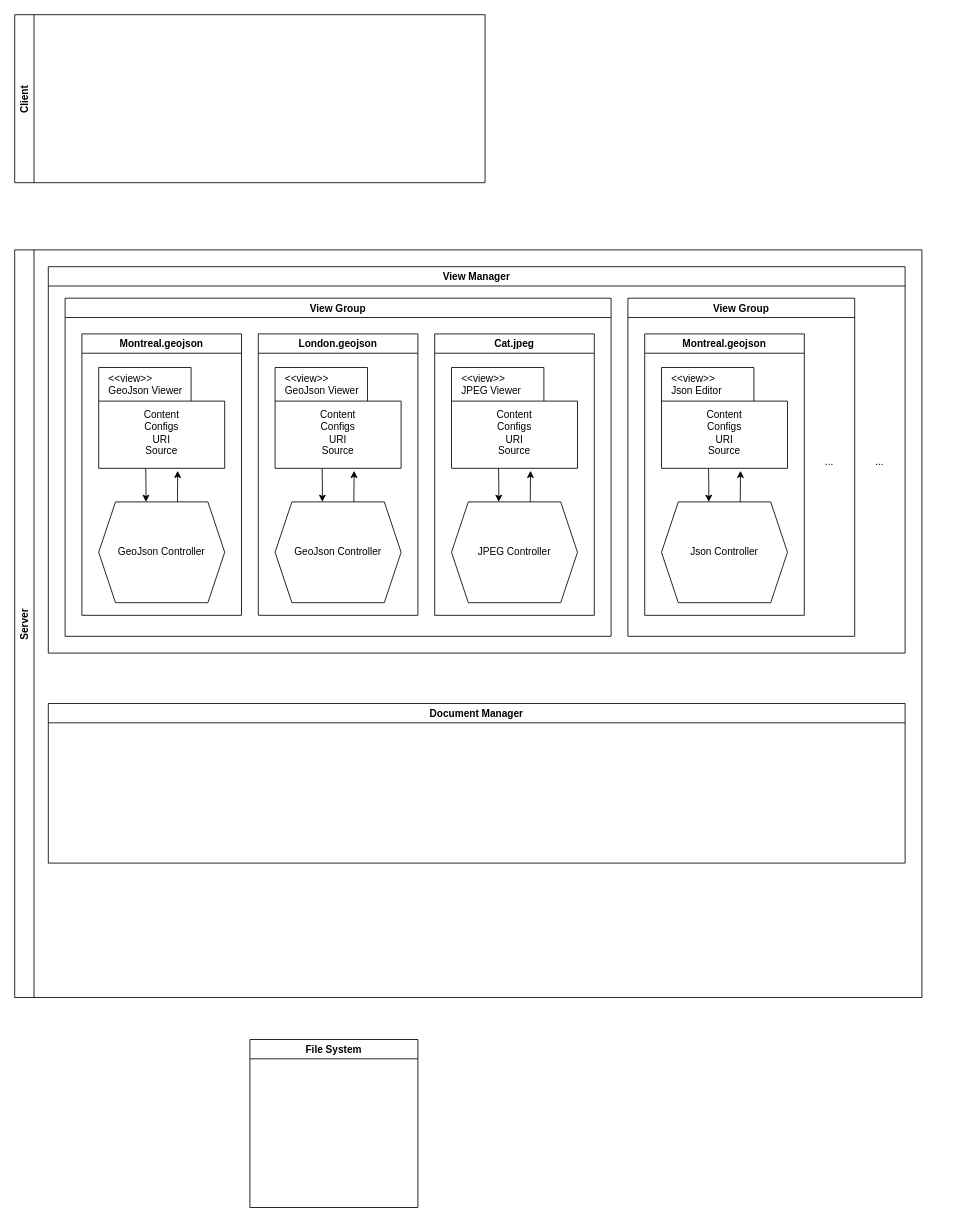
1amchris/ssanto keeps this draw.io diagram as views.drawio. Above is the earlier version. Source tidied: cells renumbered, new cells numbered last; positions are measured from the earlier drawing's top-left corner, leaving out a move shared by most shapes. Both pictures are drawn from the tidied source at 84%, with x=0, y=0 at pixel (14, 14).
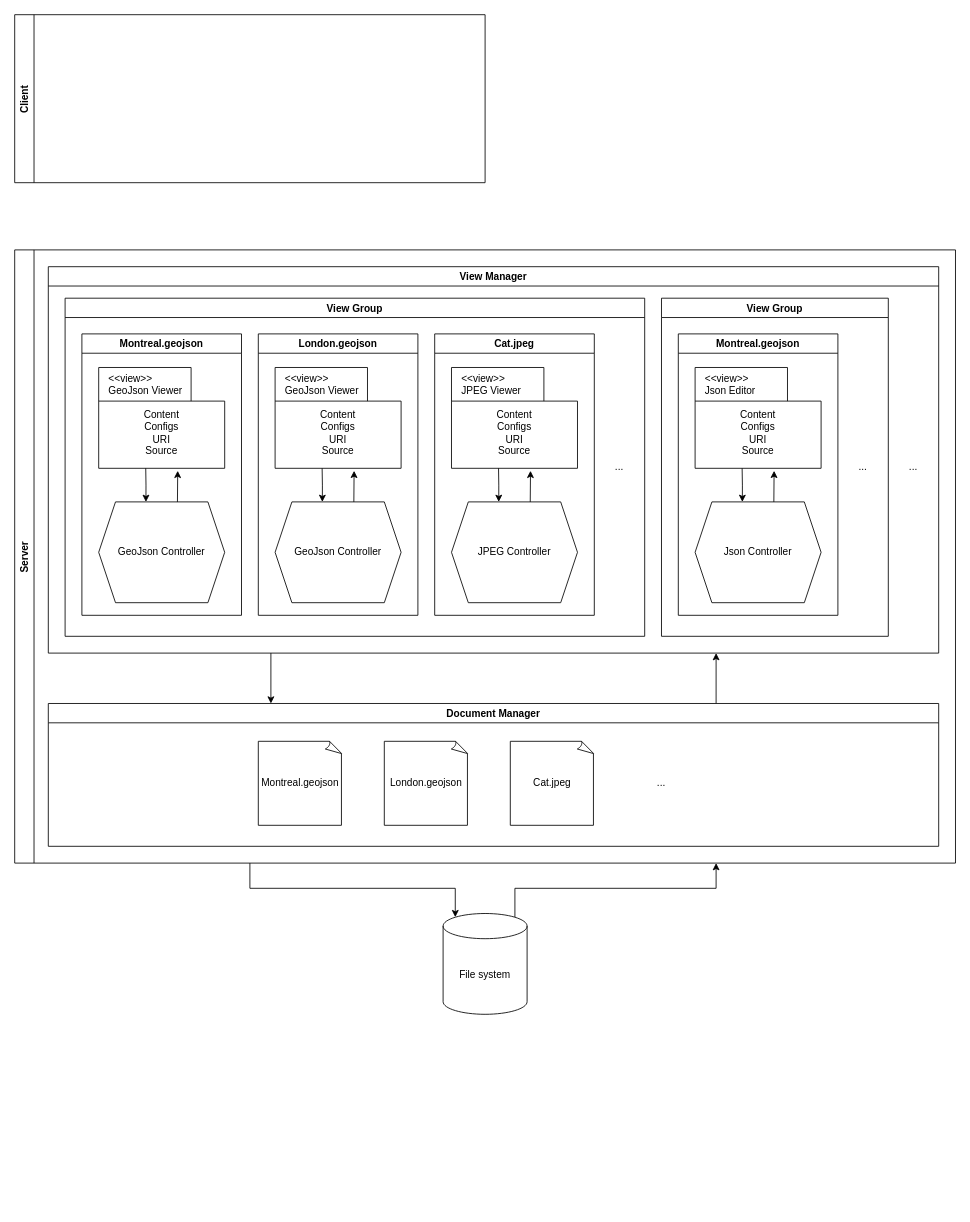
The same diagram, later.

Commit message:
Server mostly described.drawio

What changed in the source:
```diff
@@
+    <mxCell id="35" style="edgeStyle=orthogonalEdgeStyle;rounded=0;jettySize=auto;html=1;entryX=0.145;entryY=0;entryDx=0;entryDy=4.35;entryPerimeter=0;startArrow=none;startFill=0;endArrow=classic;endFill=1;" parent="1" edge="1" target="44">
+      <mxGeometry relative="1" as="geometry">
+        <mxPoint x="280" y="1010" as="sourcePoint" />
+        <Array as="points">
+          <mxPoint x="280" y="1040" />
+          <mxPoint x="525" y="1040" />
+        </Array>
+      </mxGeometry>
+    </mxCell>
     <mxCell id="3" value="Server" style="swimlane;horizontal=0;" parent="1" vertex="1">
-      <mxGeometry y="280" width="1080" height="890" as="geometry" />
+      <mxGeometry y="280" width="1120" height="730" as="geometry" />
     </mxCell>
+    <mxCell id="36" style="edgeStyle=orthogonalEdgeStyle;rounded=0;jettySize=auto;html=1;exitX=0.75;exitY=0;exitDx=0;exitDy=0;entryX=0.75;entryY=1;entryDx=0;entryDy=0;startArrow=none;startFill=0;endArrow=classic;endFill=1;" parent="3" edge="1" source="4" target="5">
+      <mxGeometry relative="1" as="geometry" />
+    </mxCell>
     <mxCell id="4" value="Document Manager" style="swimlane;" parent="3" vertex="1">
-      <mxGeometry x="40" y="540" width="1020" height="190" as="geometry" />
+      <mxGeometry x="40" y="540" width="1060" height="170" as="geometry" />
     </mxCell>
+    <mxCell id="37" value="Montreal.geojson" style="whiteSpace=wrap;html=1;shape=mxgraph.basic.document;" parent="4" vertex="1">
+      <mxGeometry x="250" y="45" width="100" height="100" as="geometry" />
+    </mxCell>
+    <mxCell id="38" value="London.geojson" style="whiteSpace=wrap;html=1;shape=mxgraph.basic.document;" parent="4" vertex="1">
+      <mxGeometry x="400" y="45" width="100" height="100" as="geometry" />
+    </mxCell>
+    <mxCell id="39" value="Cat.jpeg" style="whiteSpace=wrap;html=1;shape=mxgraph.basic.document;" parent="4" vertex="1">
+      <mxGeometry x="550" y="45" width="100" height="100" as="geometry" />
+    </mxCell>
+    <mxCell id="40" value="..." style="text;html=1;strokeColor=none;fillColor=none;align=center;verticalAlign=middle;whiteSpace=wrap;rounded=0;" parent="4" vertex="1">
+      <mxGeometry x="700" y="80" width="60" height="30" as="geometry" />
+    </mxCell>
+    <mxCell id="41" style="edgeStyle=orthogonalEdgeStyle;rounded=0;jettySize=auto;html=1;exitX=0.25;exitY=1;exitDx=0;exitDy=0;entryX=0.25;entryY=0;entryDx=0;entryDy=0;startArrow=none;startFill=0;endArrow=classic;endFill=1;" parent="3" edge="1" source="5" target="4">
+      <mxGeometry relative="1" as="geometry" />
+    </mxCell>
     <mxCell id="5" value="View Manager" style="swimlane;" parent="3" vertex="1">
-      <mxGeometry x="40" y="20" width="1020" height="460" as="geometry" />
+      <mxGeometry x="40" y="20" width="1060" height="460" as="geometry" />
     </mxCell>
     <mxCell id="6" value="View Group" style="swimlane;" parent="5" vertex="1">
-      <mxGeometry x="20" y="37.5" width="650" height="402.5" as="geometry" />
+      <mxGeometry x="20" y="37.5" width="690" height="402.5" as="geometry" />
     </mxCell>
@@
+    <mxCell id="42" value="..." style="text;html=1;strokeColor=none;fillColor=none;align=center;verticalAlign=middle;whiteSpace=wrap;rounded=0;" parent="6" vertex="1">
+      <mxGeometry x="630" y="186.2" width="60" height="30" as="geometry" />
+    </mxCell>
     <mxCell id="25" value="View Group" style="swimlane;" parent="5" vertex="1">
-      <mxGeometry x="690" y="37.5" width="270" height="402.5" as="geometry" />
+      <mxGeometry x="730" y="37.5" width="270" height="402.5" as="geometry" />
     </mxCell>
@@
     <mxCell id="32" value="..." style="text;html=1;strokeColor=none;fillColor=none;align=center;verticalAlign=middle;whiteSpace=wrap;rounded=0;" parent="25" vertex="1">
-      <mxGeometry x="210" y="180" width="60" height="30" as="geometry" />
+      <mxGeometry x="210" y="186.2" width="60" height="30" as="geometry" />
     </mxCell>
     <mxCell id="33" value="..." style="text;html=1;strokeColor=none;fillColor=none;align=center;verticalAlign=middle;whiteSpace=wrap;rounded=0;" parent="5" vertex="1">
-      <mxGeometry x="960" y="217.5" width="60" height="30" as="geometry" />
+      <mxGeometry x="1000" y="223.8" width="60" height="30" as="geometry" />
     </mxCell>
-    <mxCell id="34" value="File System" style="swimlane;" parent="1" vertex="1">
-      <mxGeometry x="280" y="1220" width="200" height="200" as="geometry" />
-    </mxCell>
+    <mxCell id="43" style="edgeStyle=orthogonalEdgeStyle;rounded=0;jettySize=auto;html=1;exitX=0.855;exitY=0;exitDx=0;exitDy=4.35;exitPerimeter=0;startArrow=none;startFill=0;endArrow=classic;endFill=1;" parent="1" edge="1" source="44">
+      <mxGeometry relative="1" as="geometry">
+        <mxPoint x="835" y="1010" as="targetPoint" />
+        <Array as="points">
+          <mxPoint x="596" y="1040" />
+          <mxPoint x="835" y="1040" />
+        </Array>
+      </mxGeometry>
+    </mxCell>
+    <mxCell id="44" value="File system" style="shape=cylinder3;whiteSpace=wrap;html=1;boundedLbl=1;backgroundOutline=1;size=15;" parent="1" vertex="1">
+      <mxGeometry x="510" y="1070" width="100" height="120" as="geometry" />
+    </mxCell>
```
